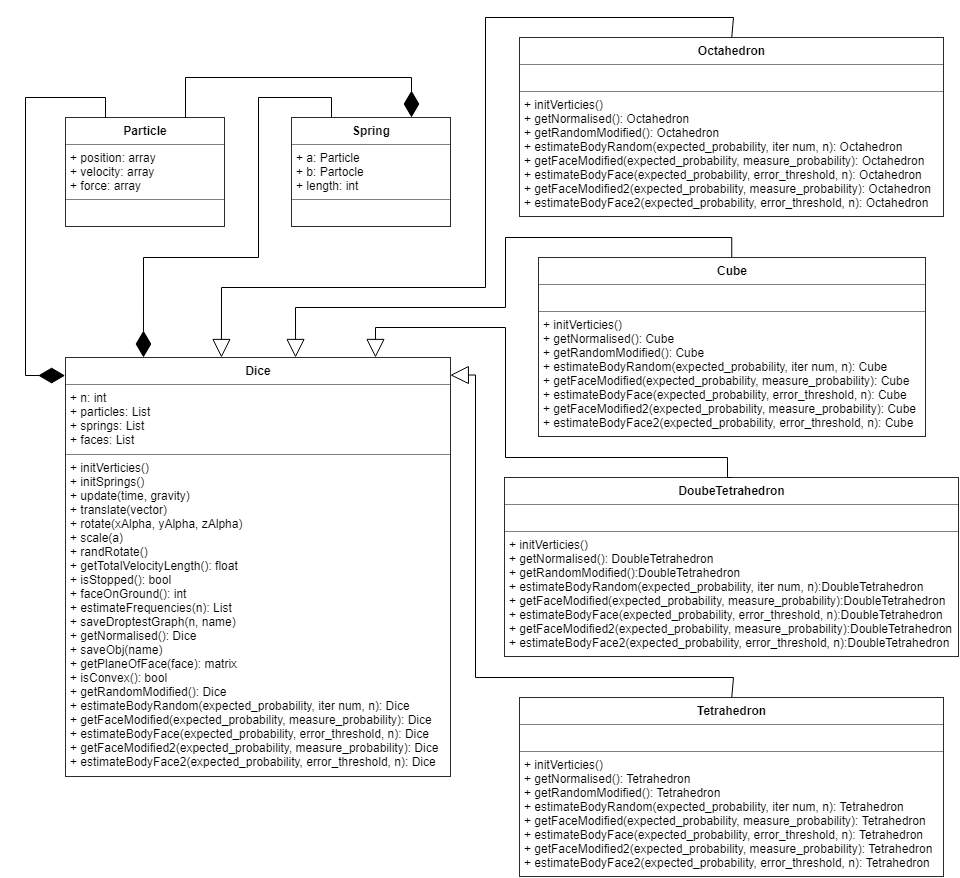
The draw.io diagram dolgozat/images/uml.png in Tsehy/Szakdolgozat, before a commit. Source tidied: cells renumbered, new cells last; positions are measured from the earlier drawing's top-left corner, leaving out a move shared by most shapes.
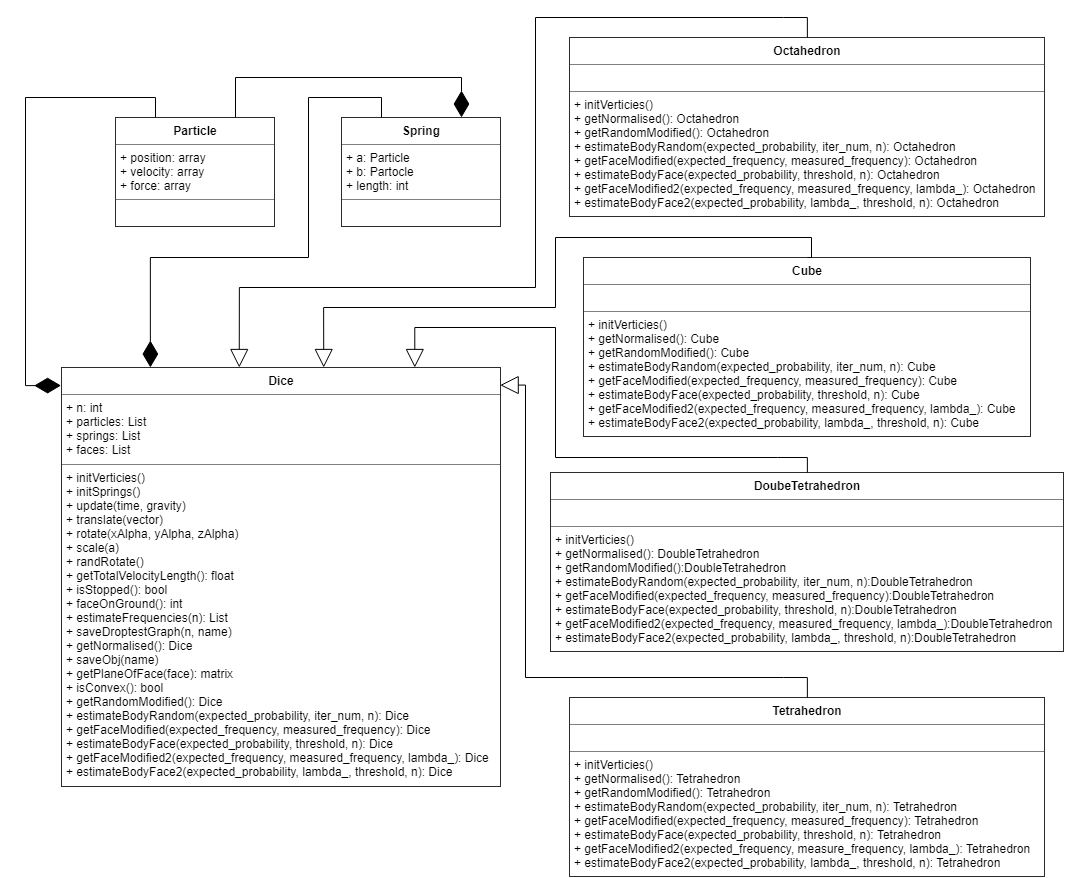
After the change.

Diff of the diagram source:
```diff
@@ -2,8 +2,8 @@
   <root>
     <mxCell id="0" />
     <mxCell id="1" parent="0" />
-    <mxCell id="2" value="&lt;table border=&quot;1&quot; width=&quot;100%&quot; cellpadding=&quot;4&quot; style=&quot;width: 100% ; height: 100% ; border-collapse: collapse&quot;&gt;&lt;tbody&gt;&lt;tr&gt;&lt;th align=&quot;center&quot;&gt;Dice&lt;/th&gt;&lt;/tr&gt;&lt;tr&gt;&lt;td&gt;+ n: int&lt;br&gt;+ particles: List&lt;br&gt;+ springs: List&lt;br&gt;+ faces: List&lt;/td&gt;&lt;/tr&gt;&lt;tr&gt;&lt;td&gt;+ initVerticies()&lt;br&gt;+ initSprings()&lt;br&gt;+ update(time, gravity)&lt;br&gt;+ translate(vector)&lt;br&gt;+ rotate(xAlpha, yAlpha, zAlpha)&lt;br&gt;+ scale(a)&lt;br&gt;+ randRotate()&lt;br&gt;+ getTotalVelocityLength(): float&lt;br&gt;+ isStopped(): bool&lt;br&gt;+ faceOnGround(): int&lt;br&gt;+ estimateFrequencies(n): List&lt;br&gt;+ saveDroptestGraph(n, name)&lt;br&gt;+ getNormalised(): Dice&lt;br&gt;+ saveObj(name)&lt;br&gt;+ getPlaneOfFace(face): matrix&lt;br&gt;+ isConvex(): bool&lt;br&gt;+ getRandomModified(): Dice&lt;br&gt;+ estimateBodyRandom(expected_probability, iter num, n): Dice&lt;br&gt;+ getFaceModified(expected_probability, measure_probability): Dice&lt;br&gt;+ estimateBodyFace(expected_probability, error_threshold, n): Dice&lt;br&gt;+ getFaceModified2(expected_probability, measure_probability): Dice&lt;br&gt;+ estimateBodyFace2(expected_probability, error_threshold, n): Dice&lt;br&gt;&lt;/td&gt;&lt;/tr&gt;&lt;/tbody&gt;&lt;/table&gt;" style="text;html=1;strokeColor=none;fillColor=none;overflow=fill;" parent="1" vertex="1">
-      <mxGeometry x="40" y="340" width="386" height="420" as="geometry" />
+    <mxCell id="2" value="&lt;table border=&quot;1&quot; width=&quot;100%&quot; cellpadding=&quot;4&quot; style=&quot;width: 100% ; height: 100% ; border-collapse: collapse&quot;&gt;&lt;tbody&gt;&lt;tr&gt;&lt;th align=&quot;center&quot;&gt;Dice&lt;/th&gt;&lt;/tr&gt;&lt;tr&gt;&lt;td&gt;+ n: int&lt;br&gt;+ particles: List&lt;br&gt;+ springs: List&lt;br&gt;+ faces: List&lt;/td&gt;&lt;/tr&gt;&lt;tr&gt;&lt;td&gt;+ initVerticies()&lt;br&gt;+ initSprings()&lt;br&gt;+ update(time, gravity)&lt;br&gt;+ translate(vector)&lt;br&gt;+ rotate(xAlpha, yAlpha, zAlpha)&lt;br&gt;+ scale(a)&lt;br&gt;+ randRotate()&lt;br&gt;+ getTotalVelocityLength(): float&lt;br&gt;+ isStopped(): bool&lt;br&gt;+ faceOnGround(): int&lt;br&gt;+ estimateFrequencies(n): List&lt;br&gt;+ saveDroptestGraph(n, name)&lt;br&gt;+ getNormalised(): Dice&lt;br&gt;+ saveObj(name)&lt;br&gt;+ getPlaneOfFace(face): matrix&lt;br&gt;+ isConvex(): bool&lt;br&gt;+ getRandomModified(): Dice&lt;br&gt;+ estimateBodyRandom(expected_probability, iter_num, n): Dice&lt;br&gt;+ getFaceModified(expected_frequency, measured_frequency): Dice&lt;br&gt;+ estimateBodyFace(expected_probability, threshold, n): Dice&lt;br&gt;+ getFaceModified2(expected_frequency, measured_frequency, lambda_): Dice&lt;br&gt;+ estimateBodyFace2(expected_probability, lambda_, threshold, n): Dice&lt;br&gt;&lt;/td&gt;&lt;/tr&gt;&lt;/tbody&gt;&lt;/table&gt;" style="text;html=1;strokeColor=none;fillColor=none;overflow=fill;" parent="1" vertex="1">
+      <mxGeometry x="-14" y="350" width="440" height="420" as="geometry" />
     </mxCell>
     <mxCell id="3" value="&lt;table border=&quot;1&quot; width=&quot;100%&quot; cellpadding=&quot;4&quot; style=&quot;width: 100% ; height: 100% ; border-collapse: collapse&quot;&gt;&lt;tbody&gt;&lt;tr&gt;&lt;th align=&quot;center&quot;&gt;Particle&lt;/th&gt;&lt;/tr&gt;&lt;tr&gt;&lt;td&gt;+ position: array&lt;br&gt;+ velocity: array&lt;br&gt;+ force: array&lt;/td&gt;&lt;/tr&gt;&lt;tr&gt;&lt;td align=&quot;center&quot;&gt;&lt;br&gt;&lt;/td&gt;&lt;/tr&gt;&lt;/tbody&gt;&lt;/table&gt;" style="text;html=1;strokeColor=none;fillColor=none;overflow=fill;align=left;" parent="1" vertex="1">
       <mxGeometry x="40" y="100" width="160" height="110" as="geometry" />
@@ -11,17 +11,17 @@
     <mxCell id="4" value="&lt;table border=&quot;1&quot; width=&quot;100%&quot; cellpadding=&quot;4&quot; style=&quot;width: 100% ; height: 100% ; border-collapse: collapse&quot;&gt;&lt;tbody&gt;&lt;tr&gt;&lt;th align=&quot;center&quot;&gt;&lt;b&gt;Spring&lt;/b&gt;&lt;/th&gt;&lt;/tr&gt;&lt;tr&gt;&lt;td&gt;&lt;div style=&quot;text-align: left&quot;&gt;+ a: Particle&lt;/div&gt;&lt;div style=&quot;text-align: left&quot;&gt;+ b: Partocle&lt;/div&gt;&lt;div style=&quot;text-align: left&quot;&gt;+ length: int&lt;/div&gt;&lt;/td&gt;&lt;/tr&gt;&lt;tr&gt;&lt;td style=&quot;text-align: left&quot;&gt;&lt;br&gt;&lt;/td&gt;&lt;/tr&gt;&lt;/tbody&gt;&lt;/table&gt;" style="text;html=1;strokeColor=none;fillColor=none;overflow=fill;align=center;" parent="1" vertex="1">
       <mxGeometry x="266" y="100" width="160" height="110" as="geometry" />
     </mxCell>
-    <mxCell id="5" value="&lt;table border=&quot;1&quot; width=&quot;100%&quot; cellpadding=&quot;4&quot; style=&quot;width: 100% ; height: 100% ; border-collapse: collapse&quot;&gt;&lt;tbody&gt;&lt;tr&gt;&lt;th align=&quot;center&quot;&gt;Cube&lt;/th&gt;&lt;/tr&gt;&lt;tr&gt;&lt;td&gt;&lt;br&gt;&lt;/td&gt;&lt;/tr&gt;&lt;tr&gt;&lt;td&gt;+ initVerticies()&lt;br&gt;+ getNormalised(): Cube&lt;br&gt;+ getRandomModified(): Cube&lt;br&gt;+ estimateBodyRandom(expected_probability, iter num, n): Cube&lt;br&gt;+ getFaceModified(expected_probability, measure_probability): Cube&lt;br&gt;+ estimateBodyFace(expected_probability, error_threshold, n): Cube&lt;br&gt;+ getFaceModified2(expected_probability, measure_probability): Cube&lt;br&gt;+ estimateBodyFace2(expected_probability, error_threshold, n): Cube&lt;br&gt;&lt;/td&gt;&lt;/tr&gt;&lt;/tbody&gt;&lt;/table&gt;" style="text;html=1;strokeColor=none;fillColor=none;overflow=fill;align=left;" parent="1" vertex="1">
-      <mxGeometry x="512.5" y="240" width="387.5" height="180" as="geometry" />
+    <mxCell id="5" value="&lt;table border=&quot;1&quot; width=&quot;100%&quot; cellpadding=&quot;4&quot; style=&quot;width: 100% ; height: 100% ; border-collapse: collapse&quot;&gt;&lt;tbody&gt;&lt;tr&gt;&lt;th align=&quot;center&quot;&gt;Cube&lt;/th&gt;&lt;/tr&gt;&lt;tr&gt;&lt;td&gt;&lt;br&gt;&lt;/td&gt;&lt;/tr&gt;&lt;tr&gt;&lt;td&gt;+ initVerticies()&lt;br&gt;+ getNormalised(): Cube&lt;br&gt;+ getRandomModified(): Cube&lt;br&gt;+ estimateBodyRandom(expected_probability, iter_num, n): Cube&lt;br&gt;+ getFaceModified(expected_frequency, measured_frequency): Cube&lt;br&gt;+ estimateBodyFace(expected_probability, threshold, n): Cube&lt;br&gt;+ getFaceModified2(expected_frequency, measured_frequency, lambda_): Cube&lt;br&gt;+ estimateBodyFace2(expected_probability, lambda_, threshold, n): Cube&lt;br&gt;&lt;/td&gt;&lt;/tr&gt;&lt;/tbody&gt;&lt;/table&gt;" style="text;html=1;strokeColor=none;fillColor=none;overflow=fill;align=left;" parent="1" vertex="1">
+      <mxGeometry x="508.1" y="240" width="447.5" height="180" as="geometry" />
     </mxCell>
-    <mxCell id="6" value="&lt;table border=&quot;1&quot; width=&quot;100%&quot; cellpadding=&quot;4&quot; style=&quot;width: 100% ; height: 100% ; border-collapse: collapse&quot;&gt;&lt;tbody&gt;&lt;tr&gt;&lt;th align=&quot;center&quot;&gt;Tetrahedron&lt;/th&gt;&lt;/tr&gt;&lt;tr&gt;&lt;td&gt;&lt;br&gt;&lt;/td&gt;&lt;/tr&gt;&lt;tr&gt;&lt;td&gt;+ initVerticies()&lt;br&gt;+ getNormalised(): Tetrahedron&lt;br&gt;+ getRandomModified(): Tetrahedron&lt;br&gt;+ estimateBodyRandom(expected_probability, iter num, n): Tetrahedron&lt;br&gt;+ getFaceModified(expected_probability, measure_probability): Tetrahedron&lt;br&gt;+ estimateBodyFace(expected_probability, error_threshold, n): Tetrahedron&lt;br&gt;+ getFaceModified2(expected_probability, measure_probability): Tetrahedron&lt;br&gt;+ estimateBodyFace2(expected_probability, error_threshold, n): Tetrahedron&lt;br&gt;&lt;/td&gt;&lt;/tr&gt;&lt;/tbody&gt;&lt;/table&gt;" style="text;html=1;strokeColor=none;fillColor=none;overflow=fill;align=left;" parent="1" vertex="1">
-      <mxGeometry x="493.8" y="680" width="425" height="180" as="geometry" />
+    <mxCell id="6" value="&lt;table border=&quot;1&quot; width=&quot;100%&quot; cellpadding=&quot;4&quot; style=&quot;width: 100% ; height: 100% ; border-collapse: collapse&quot;&gt;&lt;tbody&gt;&lt;tr&gt;&lt;th align=&quot;center&quot;&gt;Tetrahedron&lt;/th&gt;&lt;/tr&gt;&lt;tr&gt;&lt;td&gt;&lt;br&gt;&lt;/td&gt;&lt;/tr&gt;&lt;tr&gt;&lt;td&gt;+ initVerticies()&lt;br&gt;+ getNormalised(): Tetrahedron&lt;br&gt;+ getRandomModified(): Tetrahedron&lt;br&gt;+ estimateBodyRandom(expected_probability, iter_num, n): Tetrahedron&lt;br&gt;+ getFaceModified(expected_frequency, measured_frequency): Tetrahedron&lt;br&gt;+ estimateBodyFace(expected_probability, threshold, n): Tetrahedron&lt;br&gt;+ getFaceModified2(expected_frequency, measure_frequency, lambda_): Tetrahedron&lt;br&gt;+ estimateBodyFace2(expected_probability, lambda_, threshold, n): Tetrahedron&lt;br&gt;&lt;/td&gt;&lt;/tr&gt;&lt;/tbody&gt;&lt;/table&gt;" style="text;html=1;strokeColor=none;fillColor=none;overflow=fill;align=left;" parent="1" vertex="1">
+      <mxGeometry x="493.8" y="680" width="476.2" height="180" as="geometry" />
     </mxCell>
-    <mxCell id="7" value="&lt;table border=&quot;1&quot; width=&quot;100%&quot; cellpadding=&quot;4&quot; style=&quot;width: 100% ; height: 100% ; border-collapse: collapse&quot;&gt;&lt;tbody&gt;&lt;tr&gt;&lt;th align=&quot;center&quot;&gt;DoubeTetrahedron&lt;/th&gt;&lt;/tr&gt;&lt;tr&gt;&lt;td&gt;&lt;br&gt;&lt;/td&gt;&lt;/tr&gt;&lt;tr&gt;&lt;td&gt;+ initVerticies()&lt;br&gt;+ getNormalised(): DoubleTetrahedron&lt;br&gt;+ getRandomModified():DoubleTetrahedron&lt;br&gt;+ estimateBodyRandom(expected_probability, iter num, n):DoubleTetrahedron&lt;br&gt;+ getFaceModified(expected_probability, measure_probability):DoubleTetrahedron&lt;br&gt;+ estimateBodyFace(expected_probability, error_threshold, n):DoubleTetrahedron&lt;br&gt;+ getFaceModified2(expected_probability, measure_probability):DoubleTetrahedron&lt;br&gt;+ estimateBodyFace2(expected_probability, error_threshold, n):DoubleTetrahedron&lt;br&gt;&lt;/td&gt;&lt;/tr&gt;&lt;/tbody&gt;&lt;/table&gt;" style="text;html=1;strokeColor=none;fillColor=none;overflow=fill;align=left;" parent="1" vertex="1">
-      <mxGeometry x="478.8" y="460" width="455" height="180" as="geometry" />
+    <mxCell id="7" value="&lt;table border=&quot;1&quot; width=&quot;100%&quot; cellpadding=&quot;4&quot; style=&quot;width: 100% ; height: 100% ; border-collapse: collapse&quot;&gt;&lt;tbody&gt;&lt;tr&gt;&lt;th align=&quot;center&quot;&gt;DoubeTetrahedron&lt;/th&gt;&lt;/tr&gt;&lt;tr&gt;&lt;td&gt;&lt;br&gt;&lt;/td&gt;&lt;/tr&gt;&lt;tr&gt;&lt;td&gt;+ initVerticies()&lt;br&gt;+ getNormalised(): DoubleTetrahedron&lt;br&gt;+ getRandomModified():DoubleTetrahedron&lt;br&gt;+ estimateBodyRandom(expected_probability, iter_num, n):DoubleTetrahedron&lt;br&gt;+ getFaceModified(expected_frequency, measured_frequency):DoubleTetrahedron&lt;br&gt;+ estimateBodyFace(expected_probability, threshold, n):DoubleTetrahedron&lt;br&gt;+ getFaceModified2(expected_frequency, measured_frequency, lambda_):DoubleTetrahedron&lt;br&gt;+ estimateBodyFace2(expected_probability, lambda_, threshold, n):DoubleTetrahedron&lt;br&gt;&lt;/td&gt;&lt;/tr&gt;&lt;/tbody&gt;&lt;/table&gt;" style="text;html=1;strokeColor=none;fillColor=none;overflow=fill;align=left;" parent="1" vertex="1">
+      <mxGeometry x="474.7" y="455" width="514.4" height="180" as="geometry" />
     </mxCell>
-    <mxCell id="8" value="&lt;table border=&quot;1&quot; width=&quot;100%&quot; cellpadding=&quot;4&quot; style=&quot;width: 100% ; height: 100% ; border-collapse: collapse&quot;&gt;&lt;tbody&gt;&lt;tr&gt;&lt;th align=&quot;center&quot;&gt;Octahedron&lt;/th&gt;&lt;/tr&gt;&lt;tr&gt;&lt;td&gt;&lt;br&gt;&lt;/td&gt;&lt;/tr&gt;&lt;tr&gt;&lt;td&gt;+ initVerticies()&lt;br&gt;+ getNormalised(): Octahedron&lt;br&gt;+ getRandomModified(): Octahedron&lt;br&gt;+ estimateBodyRandom(expected_probability, iter num, n): Octahedron&lt;br&gt;+ getFaceModified(expected_probability, measure_probability): Octahedron&lt;br&gt;+ estimateBodyFace(expected_probability, error_threshold, n): Octahedron&lt;br&gt;+ getFaceModified2(expected_probability, measure_probability): Octahedron&lt;br&gt;+ estimateBodyFace2(expected_probability, error_threshold, n): Octahedron&lt;br&gt;&lt;/td&gt;&lt;/tr&gt;&lt;/tbody&gt;&lt;/table&gt;" style="text;html=1;strokeColor=none;fillColor=none;overflow=fill;align=left;" parent="1" vertex="1">
-      <mxGeometry x="493.8" y="20" width="425" height="180" as="geometry" />
+    <mxCell id="8" value="&lt;table border=&quot;1&quot; width=&quot;100%&quot; cellpadding=&quot;4&quot; style=&quot;width: 100% ; height: 100% ; border-collapse: collapse&quot;&gt;&lt;tbody&gt;&lt;tr&gt;&lt;th align=&quot;center&quot;&gt;Octahedron&lt;/th&gt;&lt;/tr&gt;&lt;tr&gt;&lt;td&gt;&lt;br&gt;&lt;/td&gt;&lt;/tr&gt;&lt;tr&gt;&lt;td&gt;+ initVerticies()&lt;br&gt;+ getNormalised(): Octahedron&lt;br&gt;+ getRandomModified(): Octahedron&lt;br&gt;+ estimateBodyRandom(expected_probability, iter_num, n): Octahedron&lt;br&gt;+ getFaceModified(expected_frequency, measured_frequency): Octahedron&lt;br&gt;+ estimateBodyFace(expected_probability, threshold, n): Octahedron&lt;br&gt;+ getFaceModified2(expected_frequency, measured_frequency, lambda_): Octahedron&lt;br&gt;+ estimateBodyFace2(expected_probability, lambda_, threshold, n): Octahedron&lt;br&gt;&lt;/td&gt;&lt;/tr&gt;&lt;/tbody&gt;&lt;/table&gt;" style="text;html=1;strokeColor=none;fillColor=none;overflow=fill;align=left;" parent="1" vertex="1">
+      <mxGeometry x="493.8" y="20" width="476.2" height="180" as="geometry" />
     </mxCell>
     <mxCell id="9" style="endArrow=block;endSize=16;endFill=0;html=1;rounded=0;exitX=0.5;exitY=0;exitDx=0;exitDy=0;edgeStyle=orthogonalEdgeStyle;entryX=0.803;entryY=0;entryDx=0;entryDy=0;entryPerimeter=0;" parent="1" edge="1" source="7" target="2">
       <mxGeometry relative="1" as="geometry">
@@ -36,10 +36,10 @@
     <mxCell id="10" value="&lt;br&gt;" style="endArrow=block;endSize=16;endFill=0;html=1;rounded=0;exitX=0.5;exitY=0;exitDx=0;exitDy=0;edgeStyle=orthogonalEdgeStyle;entryX=0.596;entryY=0;entryDx=0;entryDy=0;entryPerimeter=0;" parent="1" edge="1" source="5" target="2">
       <mxGeometry relative="1" as="geometry">
         <Array as="points">
-          <mxPoint x="706" y="220" />
+          <mxPoint x="736" y="220" />
           <mxPoint x="480" y="220" />
           <mxPoint x="480" y="290" />
-          <mxPoint x="270" y="290" />
+          <mxPoint x="248" y="290" />
         </Array>
       </mxGeometry>
     </mxCell>
@@ -66,8 +66,8 @@
       <mxGeometry relative="1" as="geometry">
         <Array as="points">
           <mxPoint x="80" y="80" />
-          <mxPoint y="80" />
-          <mxPoint y="358" />
+          <mxPoint x="-50" y="80" />
+          <mxPoint x="-50" y="368" />
         </Array>
       </mxGeometry>
     </mxCell>
@@ -77,7 +77,7 @@
           <mxPoint x="306" y="80" />
           <mxPoint x="233" y="80" />
           <mxPoint x="233" y="240" />
-          <mxPoint x="118" y="240" />
+          <mxPoint x="75" y="240" />
         </Array>
       </mxGeometry>
     </mxCell>
```
